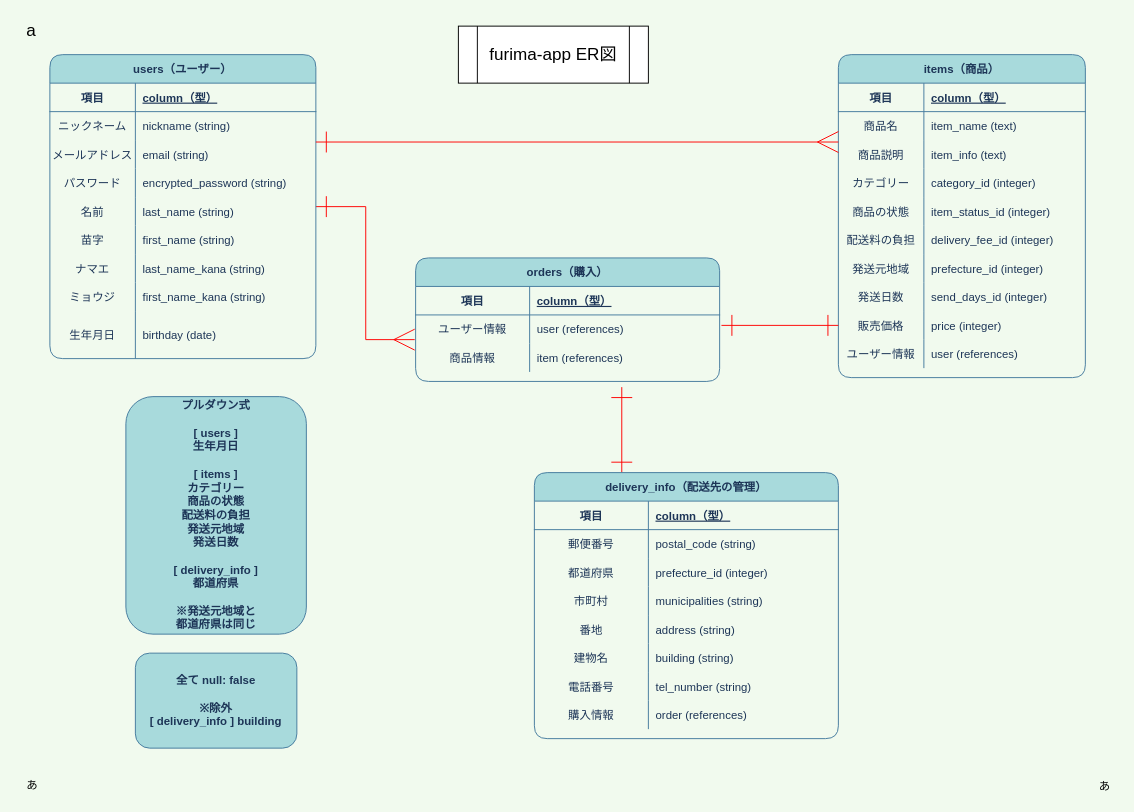
Above: ER.dio in d1-s/furima-36757 (draw.io), before the change. Source tidied: cells renumbered, new cells numbered last; positions are measured from the earlier drawing's top-left corner, leaving out a move shared by most shapes. Both pictures are drawn from the tidied source at 95%, with x=0, y=0 at pixel (16, 16).
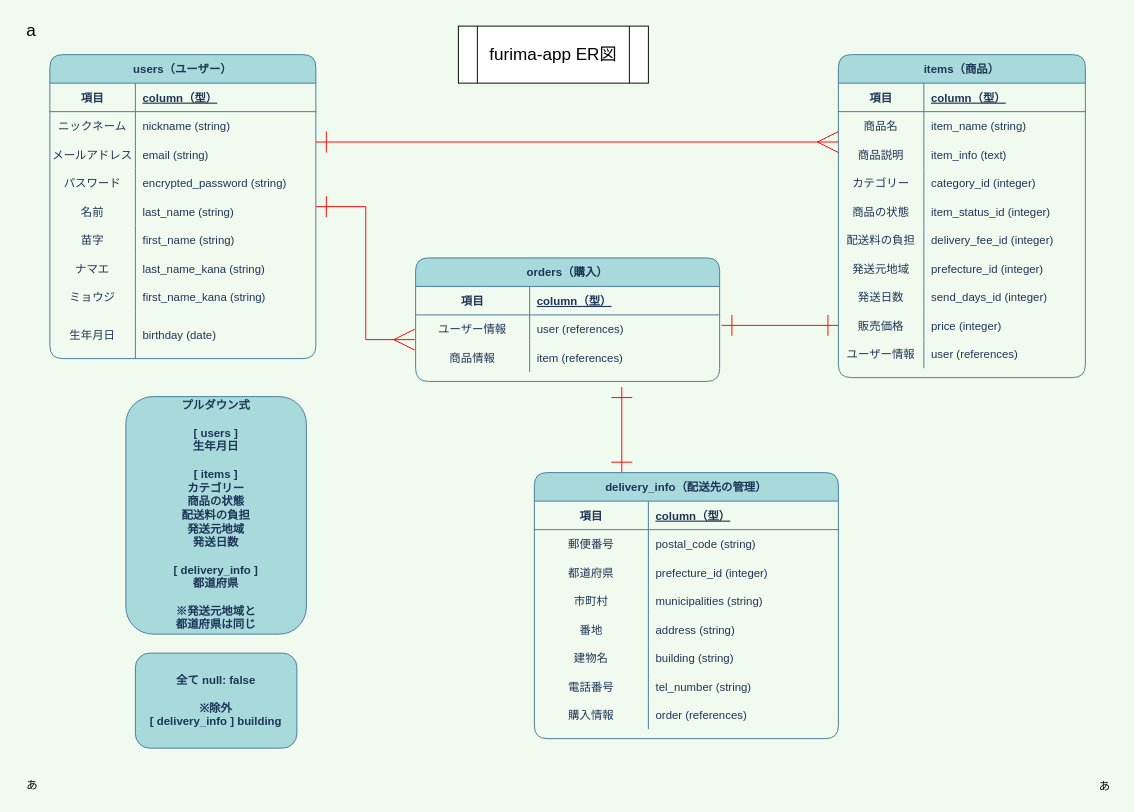
The same diagram, later.

Unchanged cells that the change refers to:
```xml
<mxCell id="35" style="shape=partialRectangle;fillColor=none;top=0;left=0;bottom=0;right=0;strokeColor=#457B9D;fontColor=#1D3557;" parent="31" vertex="1">
  <mxGeometry y="60" width="260" height="30" as="geometry" />
</mxCell>
```

What changed in the source:
```diff
@@
-    <mxCell id="37" value="item_name (text)" style="shape=partialRectangle;fillColor=none;top=0;left=0;bottom=0;right=0;align=left;spacingLeft=6;overflow=hidden;strokeColor=#457B9D;fontColor=#1D3557;" parent="35" vertex="1">
+    <mxCell id="37" value="item_name (string)" style="shape=partialRectangle;fillColor=none;top=0;left=0;bottom=0;right=0;align=left;spacingLeft=6;overflow=hidden;strokeColor=#457B9D;fontColor=#1D3557;" parent="35" vertex="1">
       <mxGeometry x="90" width="170" height="30" as="geometry" />
     </mxCell>
```
